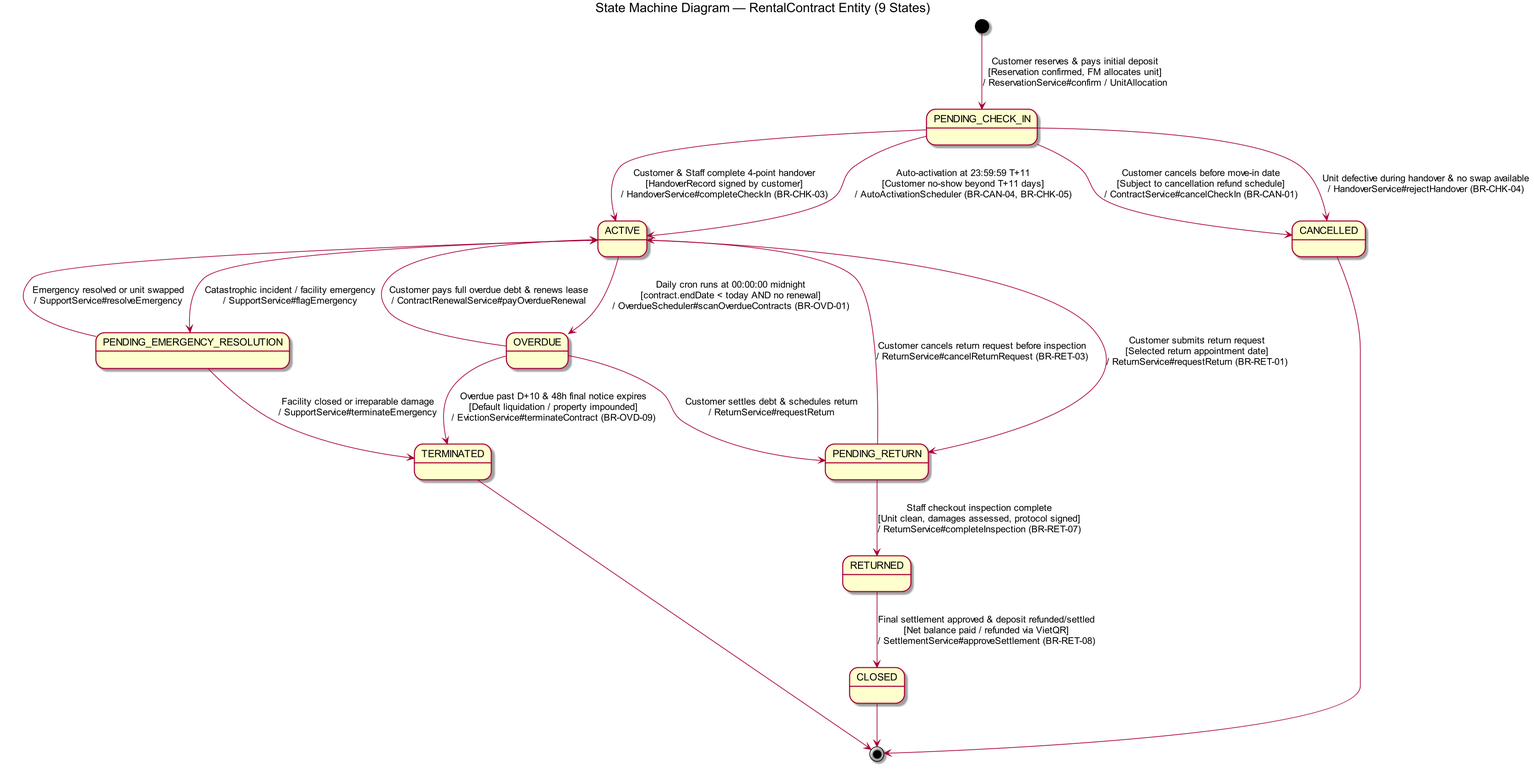
Nguyen-Van-Gia-Binh/Self-Storage-Facility-Rental-and-Management-System keeps this PlantUML diagram as docs/diagrams/report/state/st-rental-contract.png. Above is the earlier version. Its diagram source:
```plantuml
@startuml st-rental-contract
!pragma layout smetana
skinparam dpi 150
skinparam defaultFontName Arial
skinparam roundcorner 6

title State Machine Diagram — RentalContract Entity (9 States)

[*] --> PENDING_CHECK_IN : Customer reserves & pays initial deposit\n[Reservation confirmed, FM allocates unit]\n/ ReservationService#confirm / UnitAllocation

PENDING_CHECK_IN --> ACTIVE : Customer & Staff complete 4-point handover\n[HandoverRecord signed by customer]\n/ HandoverService#completeCheckIn (BR-CHK-03)
PENDING_CHECK_IN --> ACTIVE : Auto-activation at 23:59:59 T+11\n[Customer no-show beyond T+11 days]\n/ AutoActivationScheduler (BR-CAN-04, BR-CHK-05)
PENDING_CHECK_IN --> CANCELLED : Customer cancels before move-in date\n[Subject to cancellation refund schedule]\n/ ContractService#cancelCheckIn (BR-CAN-01)
PENDING_CHECK_IN --> CANCELLED : Unit defective during handover & no swap available\n/ HandoverService#rejectHandover (BR-CHK-04)

ACTIVE --> PENDING_RETURN : Customer submits return request\n[Selected return appointment date]\n/ ReturnService#requestReturn (BR-RET-01)
ACTIVE --> OVERDUE : Daily cron runs at 00:00:00 midnight\n[contract.endDate < today AND no renewal]\n/ OverdueScheduler#scanOverdueContracts (BR-OVD-01)
ACTIVE --> PENDING_EMERGENCY_RESOLUTION : Catastrophic incident / facility emergency\n/ SupportService#flagEmergency

OVERDUE --> PENDING_RETURN : Customer settles debt & schedules return\n/ ReturnService#requestReturn
OVERDUE --> ACTIVE : Customer pays full overdue debt & renews lease\n/ ContractRenewalService#payOverdueRenewal
OVERDUE --> TERMINATED : Overdue past D+10 & 48h final notice expires\n[Default liquidation / property impounded]\n/ EvictionService#terminateContract (BR-OVD-09)

PENDING_RETURN --> RETURNED : Staff checkout inspection complete\n[Unit clean, damages assessed, protocol signed]\n/ ReturnService#completeInspection (BR-RET-07)
PENDING_RETURN --> ACTIVE : Customer cancels return request before inspection\n/ ReturnService#cancelReturnRequest (BR-RET-03)

RETURNED --> CLOSED : Final settlement approved & deposit refunded/settled\n[Net balance paid / refunded via VietQR]\n/ SettlementService#approveSettlement (BR-RET-08)

PENDING_EMERGENCY_RESOLUTION --> ACTIVE : Emergency resolved or unit swapped\n/ SupportService#resolveEmergency
PENDING_EMERGENCY_RESOLUTION --> TERMINATED : Facility closed or irreparable damage\n/ SupportService#terminateEmergency

CANCELLED --> [*]
CLOSED --> [*]
TERMINATED --> [*]
@enduml
```
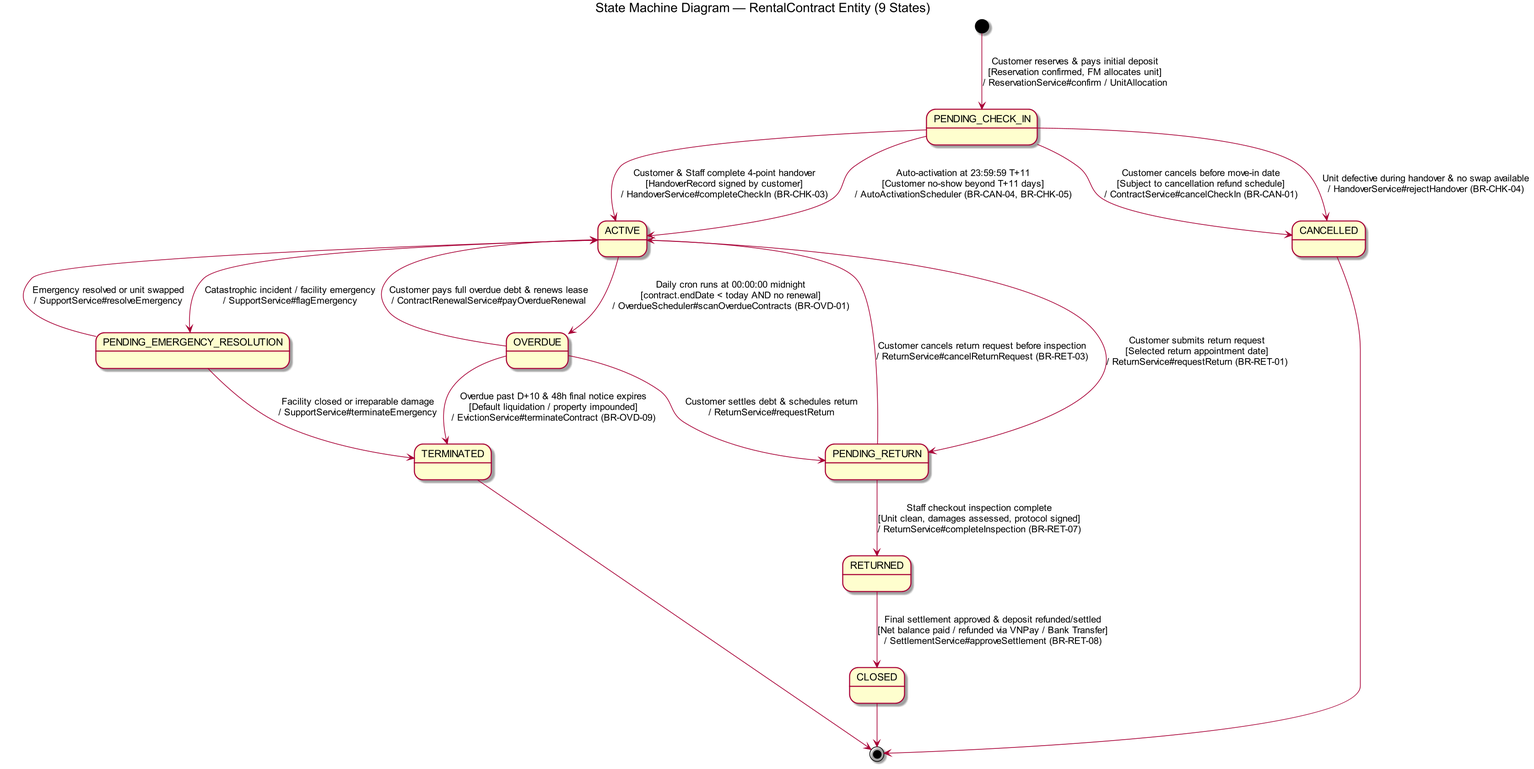
After the commit.

Change to the diagram source:
```diff
@@ -24,7 +24,7 @@
 PENDING_RETURN --> RETURNED : Staff checkout inspection complete\n[Unit clean, damages assessed, protocol signed]\n/ ReturnService#completeInspection (BR-RET-07)
 PENDING_RETURN --> ACTIVE : Customer cancels return request before inspection\n/ ReturnService#cancelReturnRequest (BR-RET-03)
 
-RETURNED --> CLOSED : Final settlement approved & deposit refunded/settled\n[Net balance paid / refunded via VietQR]\n/ SettlementService#approveSettlement (BR-RET-08)
+RETURNED --> CLOSED : Final settlement approved & deposit refunded/settled\n[Net balance paid / refunded via VNPay / Bank Transfer]\n/ SettlementService#approveSettlement (BR-RET-08)
 
 PENDING_EMERGENCY_RESOLUTION --> ACTIVE : Emergency resolved or unit swapped\n/ SupportService#resolveEmergency
 PENDING_EMERGENCY_RESOLUTION --> TERMINATED : Facility closed or irreparable damage\n/ SupportService#terminateEmergency
```
